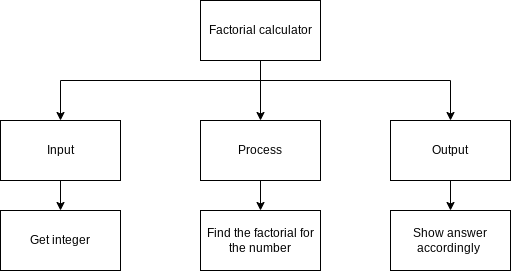
Before: top-down.png, a diagram exported from draw.io (Huzaifa-Khalid-2/ICS3U-Unit4-03-Python). Source tidied: cells renumbered, new cells last; positions are measured from the earlier drawing's top-left corner, leaving out a move shared by most shapes.
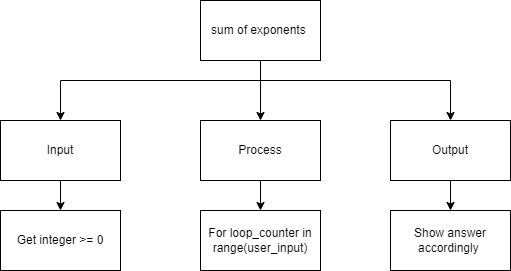
The same file after the commit.

Diff of the diagram source:
```diff
@@ -21,7 +21,7 @@
         </Array>
       </mxGeometry>
     </mxCell>
-    <mxCell id="5" value="Factorial calculator" style="rounded=0;whiteSpace=wrap;html=1;" parent="1" vertex="1">
+    <mxCell id="5" value="sum of exponents&amp;nbsp;" style="rounded=0;whiteSpace=wrap;html=1;" parent="1" vertex="1">
       <mxGeometry x="200" width="120" height="60" as="geometry" />
     </mxCell>
     <mxCell id="6" style="edgeStyle=orthogonalEdgeStyle;rounded=0;html=1;" parent="1" edge="1" source="7" target="13">
@@ -47,10 +47,10 @@
     <mxCell id="11" value="Output" style="rounded=0;whiteSpace=wrap;html=1;" parent="1" vertex="1">
       <mxGeometry x="390" y="120" width="120" height="60" as="geometry" />
     </mxCell>
-    <mxCell id="12" value="Get integer" style="rounded=0;whiteSpace=wrap;html=1;" parent="1" vertex="1">
+    <mxCell id="12" value="Get integer &amp;gt;= 0" style="rounded=0;whiteSpace=wrap;html=1;" parent="1" vertex="1">
       <mxGeometry y="210" width="120" height="60" as="geometry" />
     </mxCell>
-    <mxCell id="13" value="Find the factorial for the number" style="rounded=0;whiteSpace=wrap;html=1;" parent="1" vertex="1">
+    <mxCell id="13" value="For loop_counter in range(user_input)" style="rounded=0;whiteSpace=wrap;html=1;" parent="1" vertex="1">
       <mxGeometry x="200" y="210" width="120" height="60" as="geometry" />
     </mxCell>
     <mxCell id="14" value="Show answer accordingly&amp;nbsp;" style="rounded=0;whiteSpace=wrap;html=1;" parent="1" vertex="1">
```
